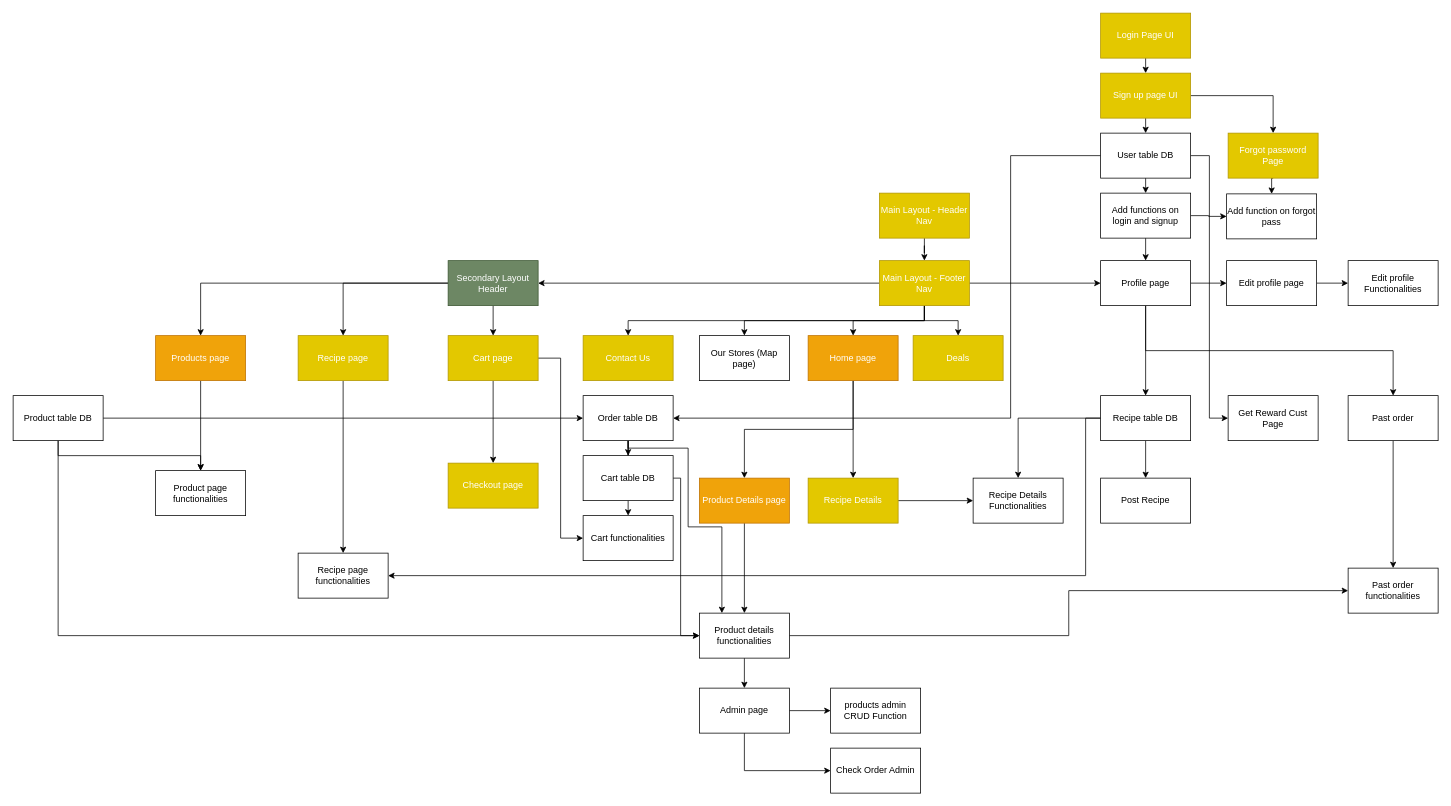
Above: Untitled Diagram.drawio in Wavergg/721SoftwareEngineering (draw.io), before the change. Source tidied: cells renumbered, new cells numbered last; positions are measured from the earlier drawing's top-left corner, leaving out a move shared by most shapes. Both pictures are drawn from the tidied source at 75%, with x=0, y=0 at pixel (13, 13).
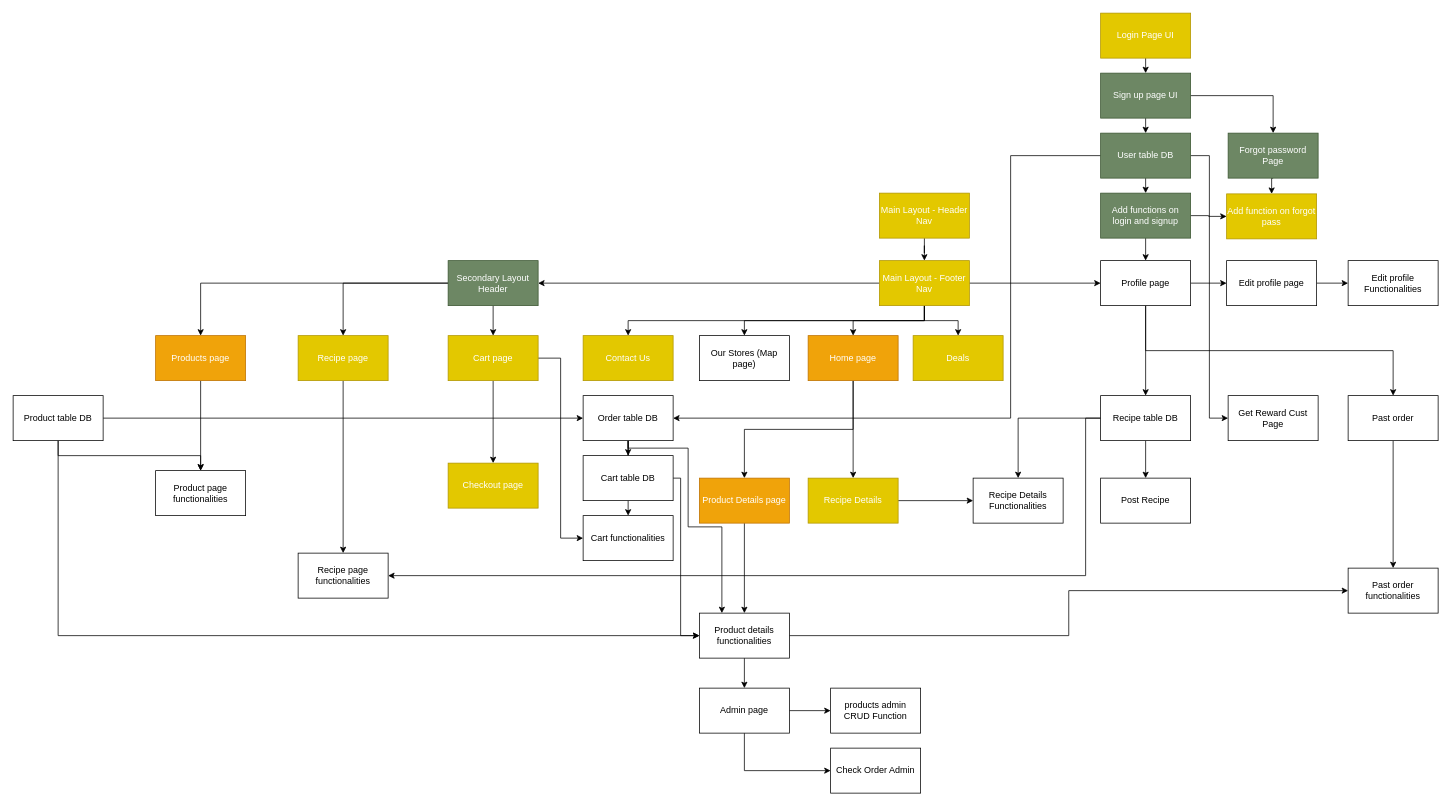
Above is the later version.

Diff of the diagram source:
```diff
@@
-    <mxCell id="27" value="User table DB" style="rounded=0;whiteSpace=wrap;html=1;" parent="1" vertex="1">
+    <mxCell id="27" value="User table DB" style="rounded=0;whiteSpace=wrap;html=1;fillColor=#6d8764;strokeColor=#3A5431;fontColor=#ffffff;" parent="1" vertex="1">
       <mxGeometry x="1450" y="160" width="120" height="60" as="geometry" />
     </mxCell>
@@
-    <mxCell id="32" value="Sign up page UI" style="rounded=0;whiteSpace=wrap;html=1;fillColor=#e3c800;strokeColor=#B09500;fontColor=#ffffff;" parent="1" vertex="1">
+    <mxCell id="32" value="Sign up page UI" style="rounded=0;whiteSpace=wrap;html=1;fillColor=#6d8764;strokeColor=#3A5431;fontColor=#ffffff;" parent="1" vertex="1">
       <mxGeometry x="1450" y="80" width="120" height="60" as="geometry" />
     </mxCell>
@@
-    <mxCell id="35" value="Add functions on login and signup" style="rounded=0;whiteSpace=wrap;html=1;" parent="1" vertex="1">
+    <mxCell id="35" value="Add functions on login and signup" style="rounded=0;whiteSpace=wrap;html=1;fillColor=#6d8764;strokeColor=#3A5431;fontColor=#ffffff;" parent="1" vertex="1">
       <mxGeometry x="1450" y="240" width="120" height="60" as="geometry" />
     </mxCell>
@@
-    <mxCell id="37" value="Forgot password Page" style="rounded=0;whiteSpace=wrap;html=1;fillColor=#e3c800;strokeColor=#B09500;fontColor=#ffffff;" parent="1" vertex="1">
+    <mxCell id="37" value="Forgot password Page" style="rounded=0;whiteSpace=wrap;html=1;fillColor=#6d8764;strokeColor=#3A5431;fontColor=#ffffff;" parent="1" vertex="1">
       <mxGeometry x="1620" y="160" width="120" height="60" as="geometry" />
     </mxCell>
-    <mxCell id="38" value="Add function on forgot pass" style="rounded=0;whiteSpace=wrap;html=1;" parent="1" vertex="1">
+    <mxCell id="38" value="Add function on forgot pass" style="rounded=0;whiteSpace=wrap;html=1;fillColor=#e3c800;strokeColor=#B09500;fontColor=#ffffff;" parent="1" vertex="1">
       <mxGeometry x="1618" y="241" width="120" height="60" as="geometry" />
     </mxCell>
```
